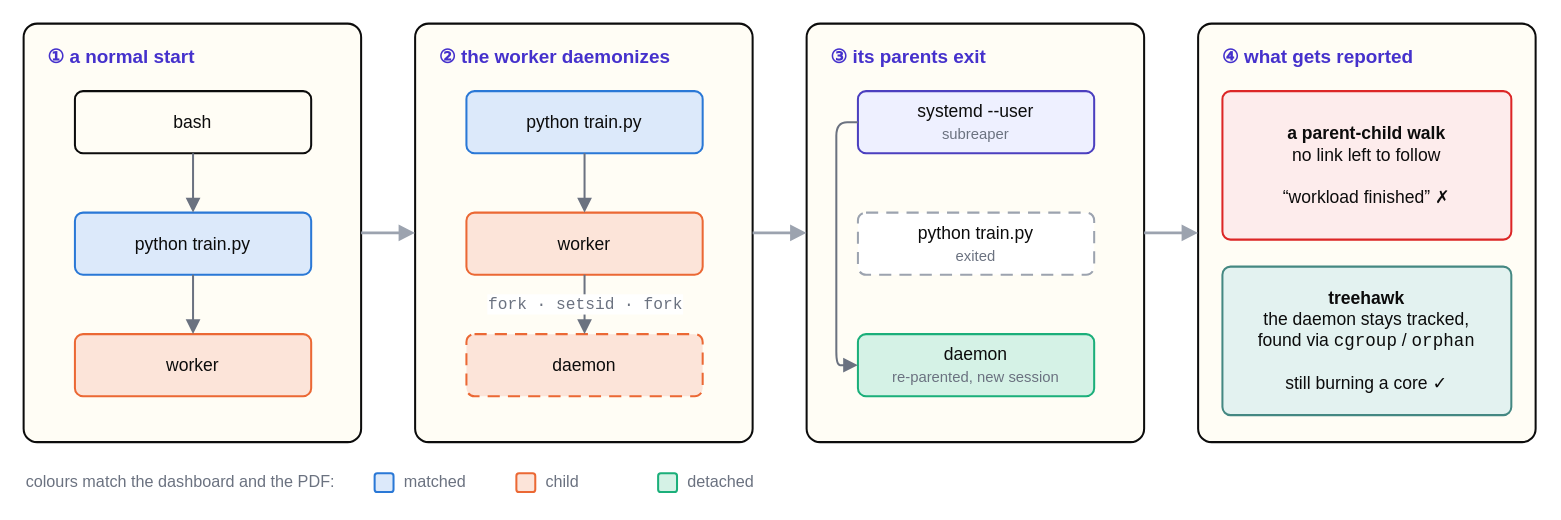
Above: docs/assets/diagrams/daemonize.drawio in ibadrather/treehawk (draw.io), before the change. Source tidied: cells renumbered, new cells numbered last; positions are measured from the earlier drawing's top-left corner, leaving out a move shared by most shapes. Both pictures are drawn from the tidied source at 135%, with x=0, y=0 at pixel (23, 23).
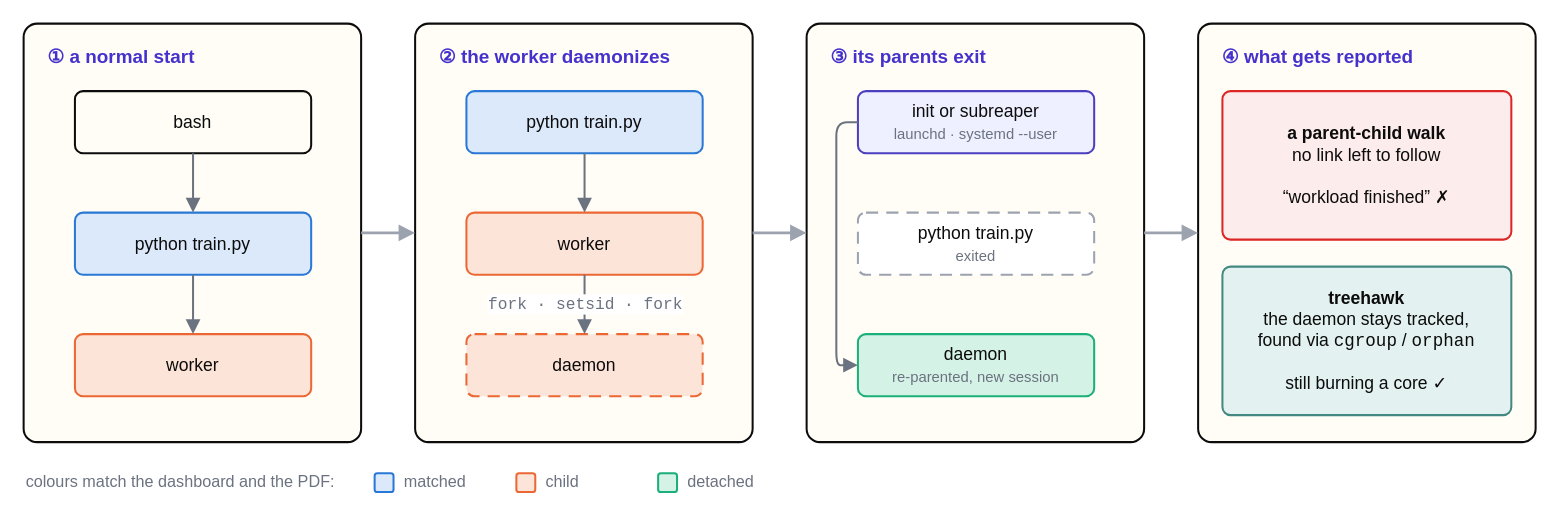
After the change.

The edit, as a diff of the source:
```diff
@@
-    <mxCell id="19" value="systemd --user&lt;br&gt;&lt;span style=&quot;font-size:11px;color:#6B7280&quot;&gt;subreaper&lt;/span&gt;" style="rounded=1;arcSize=12;absoluteArcSize=1;whiteSpace=wrap;html=1;fillColor=#EEF0FF;strokeColor=#4B3FBF;strokeWidth=1.5;fontSize=13;fontColor=#0C0C0C;align=center;verticalAlign=middle;spacing=8;fontFamily=Helvetica;" parent="1" vertex="1">
+    <mxCell id="19" value="init or subreaper&lt;br&gt;&lt;span style=&quot;font-size:11px;color:#6B7280&quot;&gt;launchd · systemd --user&lt;/span&gt;" style="rounded=1;arcSize=12;absoluteArcSize=1;whiteSpace=wrap;html=1;fillColor=#EEF0FF;strokeColor=#4B3FBF;strokeWidth=1.5;fontSize=13;fontColor=#0C0C0C;align=center;verticalAlign=middle;spacing=8;fontFamily=Helvetica;" parent="1" vertex="1">
       <mxGeometry x="618" y="50" width="175" height="46" as="geometry" />
     </mxCell>
```
